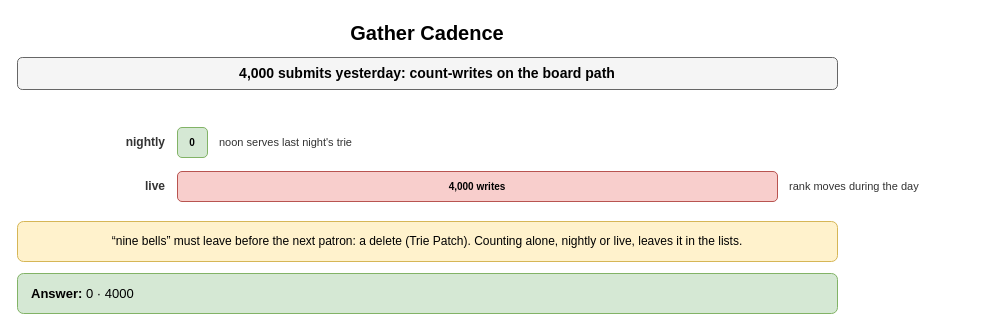
The draw.io diagram page "Gather Cadence" (3 of 8) of content/09_System_Design_Interview/18_Search_Autocomplete_and_Information_Retrieval/diagrams/search-drills.drawio in amendez13/swe-study-guide, before the edit. Source tidied: cells renumbered, new cells numbered last; positions are measured from the earlier drawing's top-left corner, leaving out a move shared by most shapes. Both pictures are drawn from the tidied source at 100%, with x=0, y=0 at pixel (17, 17).
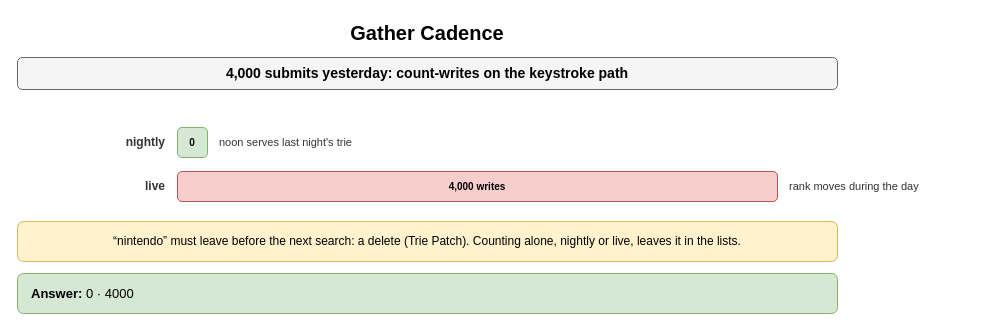
After the change.

Diff of the diagram source:
```diff
@@
 <mxGraphModel>
   <root>
     <mxCell id="0" />
     <mxCell id="1" parent="0" />
     <mxCell id="2" value="Gather Cadence" style="text;html=1;align=center;verticalAlign=middle;whiteSpace=wrap;fontSize=20;fontStyle=1;" parent="1" vertex="1">
       <mxGeometry width="820" height="30" as="geometry" />
     </mxCell>
-    <mxCell id="3" value="4,000 submits yesterday: count-writes on the board path" style="rounded=1;whiteSpace=wrap;html=1;fillColor=#f5f5f5;strokeColor=#666666;fontStyle=1;fontSize=14;" parent="1" vertex="1">
+    <mxCell id="3" value="4,000 submits yesterday: count-writes on the keystroke path" style="rounded=1;whiteSpace=wrap;html=1;fillColor=#f5f5f5;strokeColor=#666666;fontStyle=1;fontSize=14;" parent="1" vertex="1">
       <mxGeometry y="40" width="820" height="32" as="geometry" />
     </mxCell>
     <mxCell id="4" value="nightly" style="text;html=1;whiteSpace=wrap;fontSize=11;align=right;verticalAlign=middle;fontSize=12;fontColor=#333333;fontStyle=1;" parent="1" vertex="1">
       <mxGeometry y="110" width="150" height="30" as="geometry" />
     </mxCell>
     <mxCell id="5" value="0" style="rounded=1;whiteSpace=wrap;html=1;fillColor=#d5e8d4;strokeColor=#82b366;fontSize=10;align=center;fontStyle=1;" parent="1" vertex="1">
       <mxGeometry x="160" y="110" width="30" height="30" as="geometry" />
     </mxCell>
     <mxCell id="6" value="noon serves last night's trie" style="text;html=1;whiteSpace=wrap;fontSize=11;align=left;verticalAlign=middle;fontSize=11;fontColor=#333333;" parent="1" vertex="1">
       <mxGeometry x="200" y="110" width="400" height="30" as="geometry" />
     </mxCell>
     <mxCell id="7" value="live" style="text;html=1;whiteSpace=wrap;fontSize=11;align=right;verticalAlign=middle;fontSize=12;fontColor=#333333;fontStyle=1;" parent="1" vertex="1">
       <mxGeometry y="154" width="150" height="30" as="geometry" />
     </mxCell>
     <mxCell id="8" value="4,000 writes" style="rounded=1;whiteSpace=wrap;html=1;fillColor=#f8cecc;strokeColor=#b85450;fontSize=10;align=center;fontStyle=1;" parent="1" vertex="1">
       <mxGeometry x="160" y="154" width="600" height="30" as="geometry" />
     </mxCell>
     <mxCell id="9" value="rank moves during the day" style="text;html=1;whiteSpace=wrap;fontSize=11;align=left;verticalAlign=middle;fontSize=11;fontColor=#333333;" parent="1" vertex="1">
       <mxGeometry x="770" y="154" width="200" height="30" as="geometry" />
     </mxCell>
-    <mxCell id="10" value="“nine bells” must leave before the next patron: a delete (Trie Patch). Counting alone, nightly or live, leaves it in the lists." style="rounded=1;whiteSpace=wrap;html=1;fillColor=#fff2cc;strokeColor=#d6b656;fontSize=12;align=center;" parent="1" vertex="1">
+    <mxCell id="10" value="“nintendo” must leave before the next search: a delete (Trie Patch). Counting alone, nightly or live, leaves it in the lists." style="rounded=1;whiteSpace=wrap;html=1;fillColor=#fff2cc;strokeColor=#d6b656;fontSize=12;align=center;" parent="1" vertex="1">
       <mxGeometry y="204" width="820" height="40" as="geometry" />
     </mxCell>
     <mxCell id="11" value="&lt;b&gt;Answer:&lt;/b&gt; 0 · 4000" style="rounded=1;whiteSpace=wrap;html=1;fillColor=#d5e8d4;strokeColor=#82b366;fontSize=13;align=left;spacingLeft=12;" parent="1" vertex="1">
       <mxGeometry y="256" width="820" height="40" as="geometry" />
     </mxCell>
   </root>
 </mxGraphModel>
```
